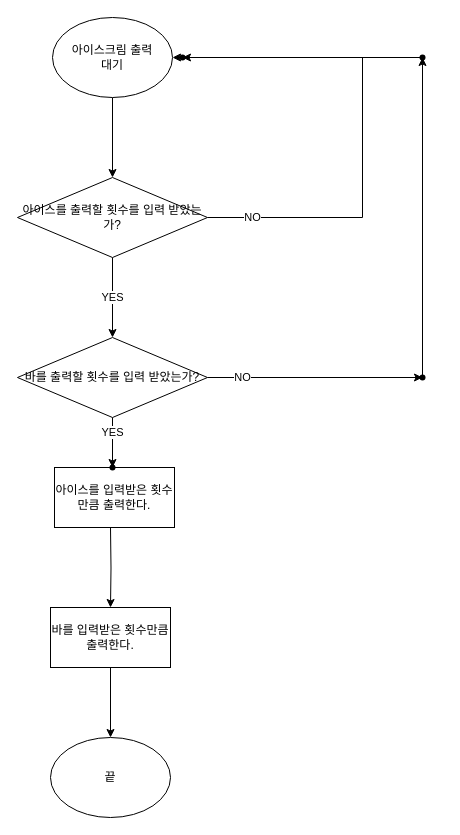
Before: 1주차step2.drawio in yagom-academy/swift-starter-Round1, a draw.io diagram. Source tidied: cells renumbered, new cells numbered last; positions are measured from the earlier drawing's top-left corner, leaving out a move shared by most shapes. Both pictures are drawn from the tidied source at 100%, with x=0, y=0 at pixel (17, 17).
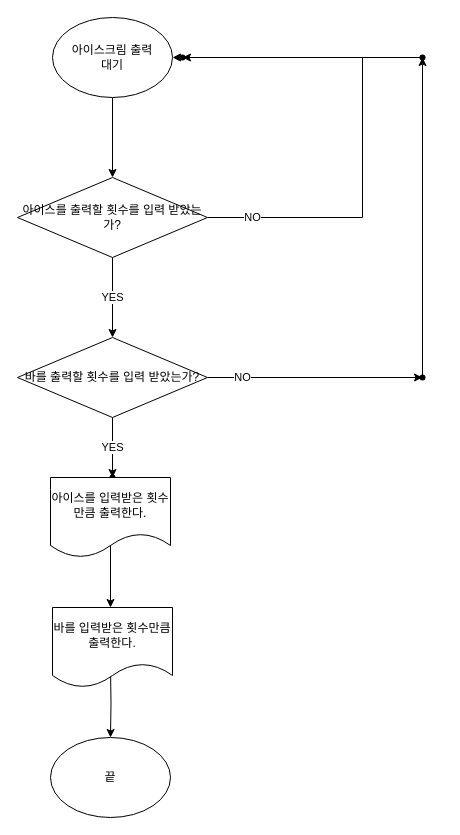
The same page after the edit.

The change refers to these unchanged cells:
```xml
<mxCell id="20" value="끝" style="ellipse;whiteSpace=wrap;html=1;" parent="1" vertex="1">
  <mxGeometry x="33" y="720" width="120" height="80" as="geometry" />
</mxCell>
```

Diff of the diagram source:
```diff
@@
-    <mxCell id="2" value="아이스를 입력받은 횟수만큼 출력한다." style="rounded=0;whiteSpace=wrap;html=1;" parent="1" vertex="1">
-      <mxGeometry x="37" y="450" width="120" height="60" as="geometry" />
-    </mxCell>
-    <mxCell id="3" style="edgeStyle=orthogonalEdgeStyle;rounded=0;jettySize=auto;html=1;" parent="1" edge="1" target="5">
+    <mxCell id="3" style="edgeStyle=orthogonalEdgeStyle;rounded=0;orthogonalLoop=1;jettySize=auto;html=1;" parent="1" edge="1">
       <mxGeometry relative="1" as="geometry">
         <mxPoint x="93" y="510" as="sourcePoint" />
+        <mxPoint x="93" y="590" as="targetPoint" />
       </mxGeometry>
     </mxCell>
-    <mxCell id="4" style="edgeStyle=orthogonalEdgeStyle;rounded=0;jettySize=auto;html=1;" parent="1" edge="1" source="5" target="20">
-      <mxGeometry relative="1" as="geometry" />
+    <mxCell id="4" style="edgeStyle=orthogonalEdgeStyle;rounded=0;jettySize=auto;html=1;" parent="1" edge="1" target="20">
+      <mxGeometry relative="1" as="geometry">
+        <mxPoint x="93" y="650" as="sourcePoint" />
+      </mxGeometry>
     </mxCell>
-    <mxCell id="5" value="바를 입력받은 횟수만큼 출력한다." style="rounded=0;whiteSpace=wrap;html=1;" parent="1" vertex="1">
-      <mxGeometry x="33" y="590" width="120" height="60" as="geometry" />
-    </mxCell>
@@
     <mxCell id="19" style="shape=waypoint;sketch=0;size=6;points=[];fillColor=default;perimeter=centerPerimeter;snapToPoint=1;" parent="1" vertex="1">
-      <mxGeometry x="75" y="430" width="40" height="40" as="geometry" />
+      <mxGeometry x="75" y="440" width="40" height="40" as="geometry" />
     </mxCell>
@@
+    <mxCell id="2" value="아이스를 입력받은 횟수만큼 출력한다." style="shape=document;whiteSpace=wrap;html=1;boundedLbl=1;" parent="1" vertex="1">
+      <mxGeometry x="33" y="460" width="120" height="80" as="geometry" />
+    </mxCell>
+    <mxCell id="5" value="바를 입력받은 횟수만큼 출력한다." style="shape=document;whiteSpace=wrap;html=1;boundedLbl=1;" parent="1" vertex="1">
+      <mxGeometry x="35" y="590" width="120" height="80" as="geometry" />
+    </mxCell>
```
